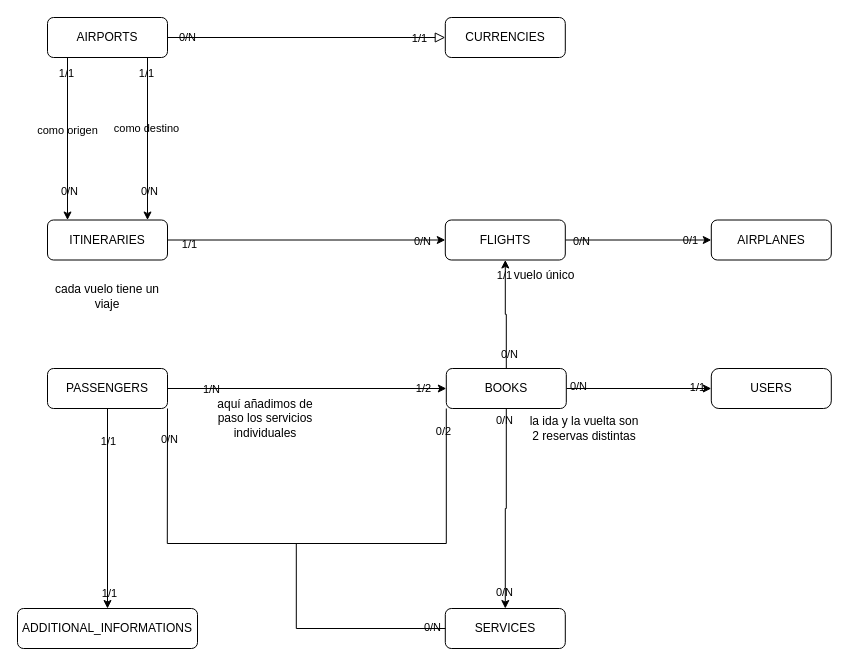
SergioCorredorT/destinyairlinesReact keeps this draw.io diagram as UML/BBDD/2 Diagrama de flujo/DF destinyAirlines.drawio. Above is the earlier version. Source tidied: cells renumbered, new cells numbered last; positions are measured from the earlier drawing's top-left corner, leaving out a move shared by most shapes. Both pictures are drawn from the tidied source at 100%, with x=0, y=0 at pixel (17, 17).
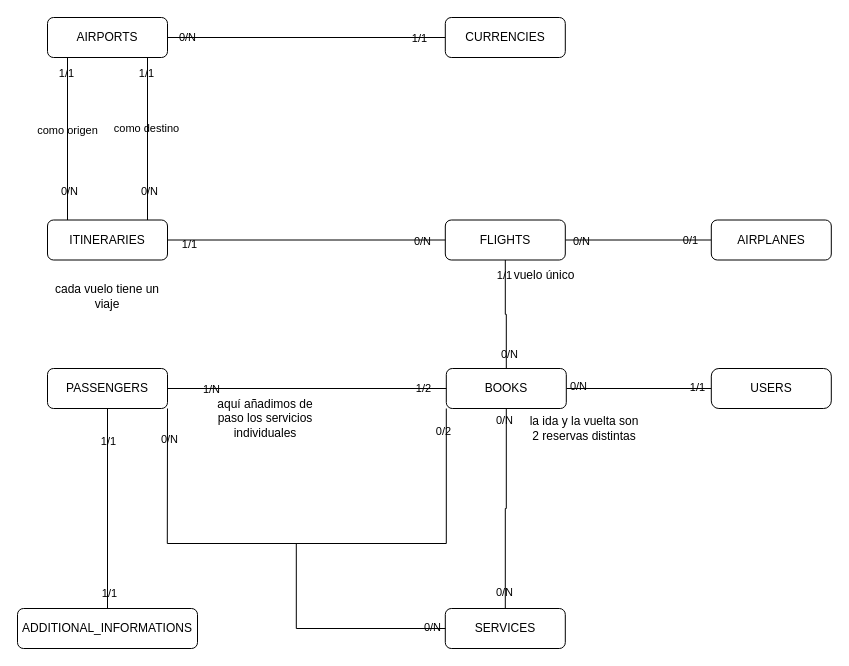
Above is the later version.

Unchanged cells that the change refers to:
```xml
<mxCell id="10" value="AIRPORTS" style="rounded=1;whiteSpace=wrap;html=1;fontSize=12;glass=0;strokeWidth=1;shadow=0;labelBackgroundColor=none;" parent="1" vertex="1">
  <mxGeometry x="30" width="120" height="40" as="geometry" />
</mxCell>
<mxCell id="11" value="CURRENCIES" style="rounded=1;whiteSpace=wrap;html=1;fontSize=12;glass=0;strokeWidth=1;shadow=0;labelBackgroundColor=none;" parent="1" vertex="1">
  <mxGeometry x="427.8" width="120" height="40" as="geometry" />
</mxCell>
<mxCell id="15" value="FLIGHTS" style="rounded=1;whiteSpace=wrap;html=1;fontSize=12;glass=0;strokeWidth=1;shadow=0;labelBackgroundColor=none;" parent="1" vertex="1">
  <mxGeometry x="427.8" y="202.5" width="120" height="40" as="geometry" />
</mxCell>
<mxCell id="19" value="ITINERARIES" style="rounded=1;whiteSpace=wrap;html=1;fontSize=12;glass=0;strokeWidth=1;shadow=0;labelBackgroundColor=none;" parent="1" vertex="1">
  <mxGeometry x="30" y="202.5" width="120" height="40" as="geometry" />
</mxCell>
<mxCell id="20" value="AIRPLANES" style="rounded=1;whiteSpace=wrap;html=1;fontSize=12;glass=0;strokeWidth=1;shadow=0;labelBackgroundColor=none;" parent="1" vertex="1">
  <mxGeometry x="693.8" y="202.5" width="120" height="40" as="geometry" />
</mxCell>
<mxCell id="21" value="SERVICES" style="rounded=1;whiteSpace=wrap;html=1;fontSize=12;glass=0;strokeWidth=1;shadow=0;labelBackgroundColor=none;" parent="1" vertex="1">
  <mxGeometry x="427.8" y="591" width="120" height="40" as="geometry" />
</mxCell>
<mxCell id="31" value="BOOKS" style="rounded=1;whiteSpace=wrap;html=1;fontSize=12;glass=0;strokeWidth=1;shadow=0;labelBackgroundColor=none;" parent="1" vertex="1">
  <mxGeometry x="428.8" y="351" width="120" height="40" as="geometry" />
</mxCell>
<mxCell id="32" value="USERS" style="rounded=1;whiteSpace=wrap;html=1;fontSize=12;glass=0;strokeWidth=1;shadow=0;arcSize=19;labelBackgroundColor=none;" parent="1" vertex="1">
  <mxGeometry x="693.8" y="351" width="120" height="40" as="geometry" />
</mxCell>
<mxCell id="39" value="PASSENGERS" style="rounded=1;whiteSpace=wrap;html=1;fontSize=12;glass=0;strokeWidth=1;shadow=0;labelBackgroundColor=none;" parent="1" vertex="1">
  <mxGeometry x="30" y="351" width="120" height="40" as="geometry" />
</mxCell>
<mxCell id="40" value="ADDITIONAL_INFORMATIONS" style="rounded=1;whiteSpace=wrap;html=1;fontSize=12;glass=0;strokeWidth=1;shadow=0;labelBackgroundColor=none;" parent="1" vertex="1">
  <mxGeometry y="591" width="180" height="40" as="geometry" />
</mxCell>
```

Diff of the diagram source:
```diff
@@
-    <mxCell id="2" style="rounded=0;html=1;jettySize=auto;fontSize=11;endArrow=block;endFill=0;endSize=8;strokeWidth=1;shadow=0;labelBackgroundColor=none;edgeStyle=orthogonalEdgeStyle;entryX=0;entryY=0.5;entryDx=0;entryDy=0;exitX=1;exitY=0.5;exitDx=0;exitDy=0;fontColor=default;" parent="1" edge="1" source="10" target="11">
+    <mxCell id="2" style="rounded=0;html=1;jettySize=auto;fontSize=11;endArrow=none;endFill=0;endSize=8;strokeWidth=1;shadow=0;labelBackgroundColor=none;edgeStyle=orthogonalEdgeStyle;entryX=0;entryY=0.5;entryDx=0;entryDy=0;exitX=1;exitY=0.5;exitDx=0;exitDy=0;fontColor=default;" parent="1" edge="1" source="10" target="11">
       <mxGeometry relative="1" as="geometry" />
     </mxCell>
@@
-    <mxCell id="6" style="edgeStyle=orthogonalEdgeStyle;rounded=0;orthogonalLoop=1;jettySize=auto;html=1;exitX=0.5;exitY=1;exitDx=0;exitDy=0;entryX=0.5;entryY=0;entryDx=0;entryDy=0;labelBackgroundColor=none;fontColor=default;" parent="1" edge="1">
+    <mxCell id="6" style="edgeStyle=orthogonalEdgeStyle;rounded=0;orthogonalLoop=1;jettySize=auto;html=1;exitX=0.5;exitY=1;exitDx=0;exitDy=0;entryX=0.5;entryY=0;entryDx=0;entryDy=0;labelBackgroundColor=none;fontColor=default;endArrow=none;endFill=0;" parent="1" edge="1">
       <mxGeometry relative="1" as="geometry">
         <mxPoint x="50" y="40" as="sourcePoint" />
         <mxPoint x="50" y="202.5" as="targetPoint" />
       </mxGeometry>
     </mxCell>
@@
-    <mxCell id="12" style="edgeStyle=orthogonalEdgeStyle;rounded=0;jettySize=auto;html=1;exitX=1;exitY=0.5;exitDx=0;exitDy=0;entryX=0;entryY=0.5;entryDx=0;entryDy=0;labelBackgroundColor=none;fontColor=default;" parent="1" edge="1" source="15" target="20">
+    <mxCell id="12" style="edgeStyle=orthogonalEdgeStyle;rounded=0;jettySize=auto;html=1;exitX=1;exitY=0.5;exitDx=0;exitDy=0;entryX=0;entryY=0.5;entryDx=0;entryDy=0;labelBackgroundColor=none;fontColor=default;endArrow=none;endFill=0;" parent="1" edge="1" source="15" target="20">
       <mxGeometry relative="1" as="geometry" />
     </mxCell>
@@
-    <mxCell id="16" style="edgeStyle=orthogonalEdgeStyle;rounded=0;jettySize=auto;html=1;exitX=1;exitY=0.5;exitDx=0;exitDy=0;entryX=0;entryY=0.5;entryDx=0;entryDy=0;labelBackgroundColor=none;fontColor=default;" parent="1" edge="1" source="19" target="15">
+    <mxCell id="16" style="edgeStyle=orthogonalEdgeStyle;rounded=0;jettySize=auto;html=1;exitX=1;exitY=0.5;exitDx=0;exitDy=0;entryX=0;entryY=0.5;entryDx=0;entryDy=0;labelBackgroundColor=none;fontColor=default;endArrow=none;endFill=0;" parent="1" edge="1" source="19" target="15">
       <mxGeometry relative="1" as="geometry" />
     </mxCell>
@@
-    <mxCell id="22" style="rounded=0;jettySize=auto;html=1;exitX=1;exitY=0.5;exitDx=0;exitDy=0;entryX=0;entryY=0.5;entryDx=0;entryDy=0;labelBackgroundColor=none;fontColor=default;" parent="1" edge="1" source="31" target="32">
+    <mxCell id="22" style="rounded=0;jettySize=auto;html=1;exitX=1;exitY=0.5;exitDx=0;exitDy=0;entryX=0;entryY=0.5;entryDx=0;entryDy=0;labelBackgroundColor=none;fontColor=default;endArrow=none;endFill=0;" parent="1" edge="1" source="31" target="32">
       <mxGeometry relative="1" as="geometry" />
     </mxCell>
@@
-    <mxCell id="25" style="edgeStyle=orthogonalEdgeStyle;rounded=0;jettySize=auto;html=1;exitX=0.5;exitY=0;exitDx=0;exitDy=0;entryX=0.5;entryY=1;entryDx=0;entryDy=0;labelBackgroundColor=none;fontColor=default;" parent="1" edge="1" source="31" target="15">
+    <mxCell id="25" style="edgeStyle=orthogonalEdgeStyle;rounded=0;jettySize=auto;html=1;exitX=0.5;exitY=0;exitDx=0;exitDy=0;entryX=0.5;entryY=1;entryDx=0;entryDy=0;labelBackgroundColor=none;fontColor=default;endArrow=none;endFill=0;" parent="1" edge="1" source="31" target="15">
       <mxGeometry relative="1" as="geometry" />
     </mxCell>
@@
-    <mxCell id="28" style="edgeStyle=orthogonalEdgeStyle;rounded=0;jettySize=auto;html=1;exitX=0.5;exitY=1;exitDx=0;exitDy=0;entryX=0.5;entryY=0;entryDx=0;entryDy=0;labelBackgroundColor=none;fontColor=default;" parent="1" edge="1" source="31" target="21">
+    <mxCell id="28" style="edgeStyle=orthogonalEdgeStyle;rounded=0;jettySize=auto;html=1;exitX=0.5;exitY=1;exitDx=0;exitDy=0;entryX=0.5;entryY=0;entryDx=0;entryDy=0;labelBackgroundColor=none;fontColor=default;endArrow=none;endFill=0;" parent="1" edge="1" source="31" target="21">
       <mxGeometry relative="1" as="geometry" />
     </mxCell>
@@
-    <mxCell id="33" style="edgeStyle=orthogonalEdgeStyle;rounded=0;jettySize=auto;html=1;exitX=0.5;exitY=1;exitDx=0;exitDy=0;entryX=0.5;entryY=0;entryDx=0;entryDy=0;labelBackgroundColor=none;fontColor=default;" parent="1" edge="1" source="39" target="40">
+    <mxCell id="33" style="edgeStyle=orthogonalEdgeStyle;rounded=0;jettySize=auto;html=1;exitX=0.5;exitY=1;exitDx=0;exitDy=0;entryX=0.5;entryY=0;entryDx=0;entryDy=0;labelBackgroundColor=none;fontColor=default;endArrow=none;endFill=0;" parent="1" edge="1" source="39" target="40">
       <mxGeometry relative="1" as="geometry" />
     </mxCell>
@@
-    <mxCell id="36" style="edgeStyle=orthogonalEdgeStyle;rounded=0;jettySize=auto;html=1;exitX=1;exitY=0.5;exitDx=0;exitDy=0;entryX=0;entryY=0.5;entryDx=0;entryDy=0;labelBackgroundColor=none;fontColor=default;" parent="1" edge="1" source="39" target="31">
+    <mxCell id="36" style="edgeStyle=orthogonalEdgeStyle;rounded=0;jettySize=auto;html=1;exitX=1;exitY=0.5;exitDx=0;exitDy=0;entryX=0;entryY=0.5;entryDx=0;entryDy=0;labelBackgroundColor=none;fontColor=default;endArrow=none;endFill=0;" parent="1" edge="1" source="39" target="31">
       <mxGeometry relative="1" as="geometry" />
     </mxCell>
@@
-    <mxCell id="43" style="edgeStyle=orthogonalEdgeStyle;rounded=0;orthogonalLoop=1;jettySize=auto;html=1;exitX=0.5;exitY=1;exitDx=0;exitDy=0;entryX=0.5;entryY=0;entryDx=0;entryDy=0;labelBackgroundColor=none;fontColor=default;" parent="1" edge="1">
+    <mxCell id="43" style="edgeStyle=orthogonalEdgeStyle;rounded=0;orthogonalLoop=1;jettySize=auto;html=1;exitX=0.5;exitY=1;exitDx=0;exitDy=0;entryX=0.5;entryY=0;entryDx=0;entryDy=0;labelBackgroundColor=none;fontColor=default;endArrow=none;endFill=0;" parent="1" edge="1">
       <mxGeometry relative="1" as="geometry">
         <mxPoint x="130" y="40.5" as="sourcePoint" />
         <mxPoint x="130" y="202.5" as="targetPoint" />
       </mxGeometry>
     </mxCell>
```
